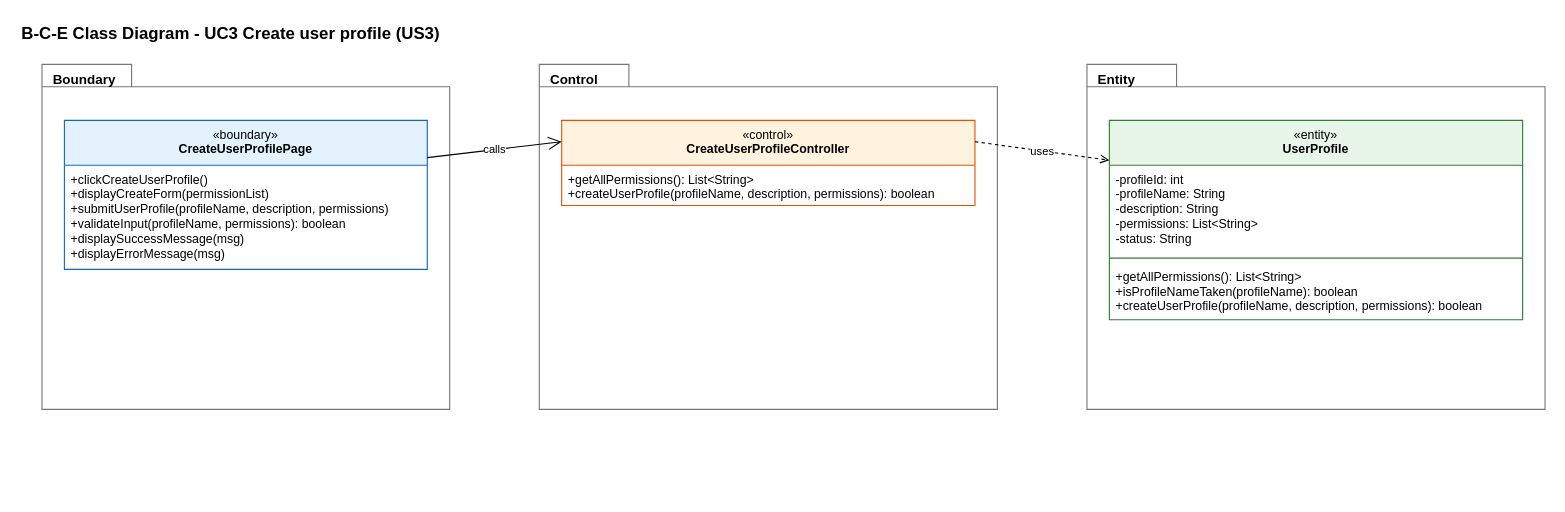
Earlier version of the draw.io diagram page "5 BCE Class Diagram" (6 of 7) of Sprint_1/US3 - Create user profile/US3 Create user profile.drawio (Hanzxc/CSIT314-ARCHSS). Source tidied: cells renumbered, new cells numbered last; positions are measured from the earlier drawing's top-left corner, leaving out a move shared by most shapes. Both pictures are drawn from the tidied source at 112%, with x=0, y=0 at pixel (19, 19).
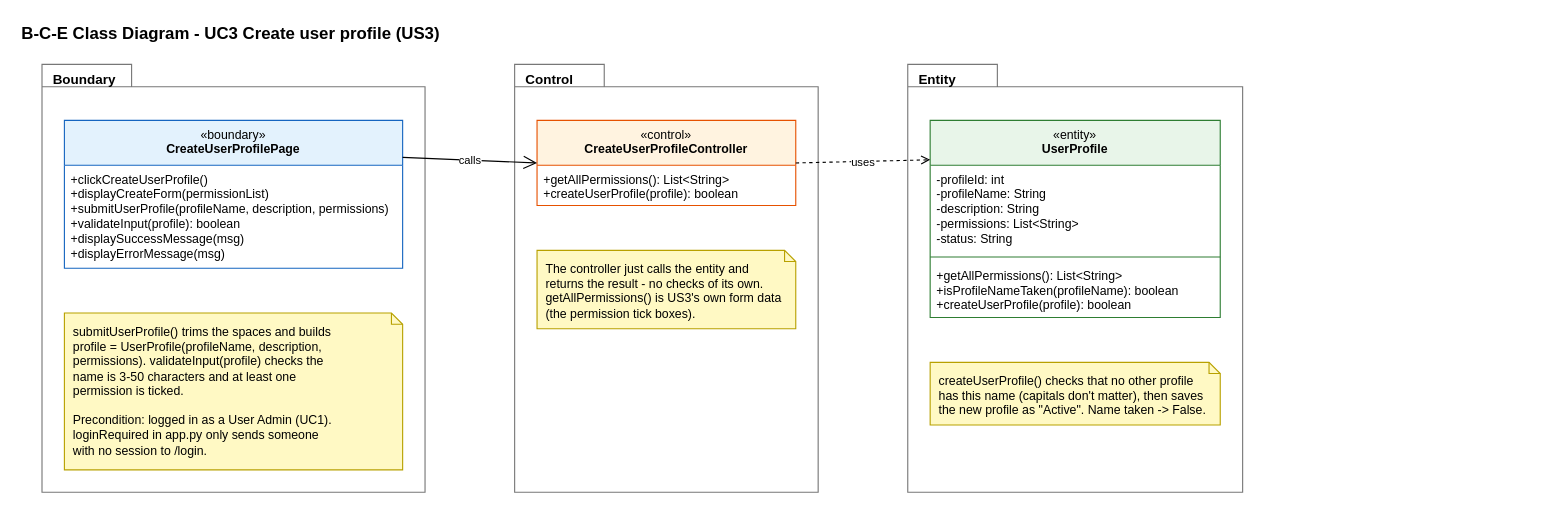
Above is the later version.

Change to the diagram source:
```diff
@@
 <mxGraphModel background="#FFFFFF">
   <root>
     <mxCell id="0" />
     <mxCell id="1" parent="0" />
     <mxCell id="2" value="&lt;b&gt;Boundary&lt;/b&gt;" style="shape=folder;tabWidth=80;tabHeight=20;tabPosition=left;html=1;verticalAlign=top;align=left;spacingLeft=8;spacingTop=0;fillColor=none;fontSize=12;strokeColor=#777777;fontColor=#000000;" parent="1" vertex="1">
-      <mxGeometry x="20" y="40" width="364" height="308" as="geometry" />
+      <mxGeometry x="20" y="40" width="342" height="382" as="geometry" />
     </mxCell>
     <mxCell id="3" value="&lt;b&gt;Control&lt;/b&gt;" style="shape=folder;tabWidth=80;tabHeight=20;tabPosition=left;html=1;verticalAlign=top;align=left;spacingLeft=8;spacingTop=0;fillColor=none;fontSize=12;strokeColor=#777777;fontColor=#000000;" parent="1" vertex="1">
-      <mxGeometry x="464" y="40" width="409" height="308" as="geometry" />
+      <mxGeometry x="442" y="40" width="271" height="382" as="geometry" />
     </mxCell>
     <mxCell id="4" value="&lt;b&gt;Entity&lt;/b&gt;" style="shape=folder;tabWidth=80;tabHeight=20;tabPosition=left;html=1;verticalAlign=top;align=left;spacingLeft=8;spacingTop=0;fillColor=none;fontSize=12;strokeColor=#777777;fontColor=#000000;" parent="1" vertex="1">
-      <mxGeometry x="953" y="40" width="409" height="308" as="geometry" />
+      <mxGeometry x="793" y="40" width="299" height="382" as="geometry" />
     </mxCell>
-    <mxCell id="5" value="&lt;b&gt;B-C-E Class Diagram - UC3 Create user profile (US3)&lt;/b&gt;" style="text;html=1;strokeColor=none;fillColor=none;align=left;verticalAlign=middle;whiteSpace=nowrap;fontSize=15;fontColor=#000000;" parent="1" vertex="1">
-      <mxGeometry width="439" height="24" as="geometry" />
-    </mxCell>
     <mxCell id="6" value="«boundary»&lt;br&gt;&lt;b&gt;CreateUserProfilePage&lt;/b&gt;" style="swimlane;fontStyle=0;align=center;verticalAlign=top;horizontal=1;startSize=40;html=1;whiteSpace=wrap;fontSize=11;fillColor=#E3F2FD;strokeColor=#1565C0;swimlaneFillColor=#FFFFFF;fontColor=#000000;" parent="1" vertex="1">
-      <mxGeometry x="40" y="90" width="324" height="133" as="geometry" />
+      <mxGeometry x="40" y="90" width="302" height="132" as="geometry" />
     </mxCell>
-    <mxCell id="7" value="+clickCreateUserProfile()&lt;br&gt;+displayCreateForm(permissionList)&lt;br&gt;+submitUserProfile(profileName, description, permissions)&lt;br&gt;+validateInput(profileName, permissions): boolean&lt;br&gt;+displaySuccessMessage(msg)&lt;br&gt;+displayErrorMessage(msg)" style="text;strokeColor=none;fillColor=none;align=left;verticalAlign=top;spacingLeft=4;spacingRight=4;overflow=hidden;whiteSpace=nowrap;html=1;fontSize=11;fontColor=#000000;" parent="6" vertex="1">
-      <mxGeometry y="40" width="324" height="93" as="geometry" />
-    </mxCell>
+    <mxCell id="16" value="+clickCreateUserProfile()&lt;br&gt;+displayCreateForm(permissionList)&lt;br&gt;+submitUserProfile(profileName, description, permissions)&lt;br&gt;+validateInput(profile): boolean&lt;br&gt;+displaySuccessMessage(msg)&lt;br&gt;+displayErrorMessage(msg)" style="text;strokeColor=none;fillColor=none;align=left;verticalAlign=top;spacingLeft=4;spacingRight=4;overflow=hidden;whiteSpace=nowrap;html=1;fontSize=11;fontColor=#000000;" parent="6" vertex="1">
+      <mxGeometry y="40" width="302" height="92" as="geometry" />
+    </mxCell>
     <mxCell id="8" value="«control»&lt;br&gt;&lt;b&gt;CreateUserProfileController&lt;/b&gt;" style="swimlane;fontStyle=0;align=center;verticalAlign=top;horizontal=1;startSize=40;html=1;whiteSpace=wrap;fontSize=11;fillColor=#FFF3E0;strokeColor=#E65100;swimlaneFillColor=#FFFFFF;fontColor=#000000;" parent="1" vertex="1">
-      <mxGeometry x="484" y="90" width="369" height="76" as="geometry" />
+      <mxGeometry x="462" y="90" width="231" height="76" as="geometry" />
     </mxCell>
-    <mxCell id="9" value="+getAllPermissions(): List&amp;lt;String&amp;gt;&lt;br&gt;+createUserProfile(profileName, description, permissions): boolean" style="text;strokeColor=none;fillColor=none;align=left;verticalAlign=top;spacingLeft=4;spacingRight=4;overflow=hidden;whiteSpace=nowrap;html=1;fontSize=11;fontColor=#000000;" parent="8" vertex="1">
-      <mxGeometry y="40" width="369" height="36" as="geometry" />
-    </mxCell>
+    <mxCell id="17" value="+getAllPermissions(): List&amp;lt;String&amp;gt;&lt;br&gt;+createUserProfile(profile): boolean" style="text;strokeColor=none;fillColor=none;align=left;verticalAlign=top;spacingLeft=4;spacingRight=4;overflow=hidden;whiteSpace=nowrap;html=1;fontSize=11;fontColor=#000000;" parent="8" vertex="1">
+      <mxGeometry y="40" width="231" height="36" as="geometry" />
+    </mxCell>
     <mxCell id="10" value="«entity»&lt;br&gt;&lt;b&gt;UserProfile&lt;/b&gt;" style="swimlane;fontStyle=0;align=center;verticalAlign=top;horizontal=1;startSize=40;html=1;whiteSpace=wrap;fontSize=11;fillColor=#E8F5E9;strokeColor=#2E7D32;swimlaneFillColor=#FFFFFF;fontColor=#000000;" parent="1" vertex="1">
-      <mxGeometry x="973" y="90" width="369" height="178" as="geometry" />
+      <mxGeometry x="813" y="90" width="259" height="176" as="geometry" />
     </mxCell>
     <mxCell id="11" value="-profileId: int&lt;br&gt;-profileName: String&lt;br&gt;-description: String&lt;br&gt;-permissions: List&amp;lt;String&amp;gt;&lt;br&gt;-status: String" style="text;strokeColor=none;fillColor=none;align=left;verticalAlign=top;spacingLeft=4;spacingRight=4;overflow=hidden;whiteSpace=nowrap;html=1;fontSize=11;fontColor=#000000;" parent="10" vertex="1">
-      <mxGeometry y="40" width="369" height="79" as="geometry" />
+      <mxGeometry y="40" width="259" height="78" as="geometry" />
     </mxCell>
-    <mxCell id="12" style="line;strokeWidth=1;fillColor=none;align=left;verticalAlign=middle;spacingTop=-1;spacingLeft=3;spacingRight=3;labelPosition=right;strokeColor=#2E7D32;fontColor=#000000;" parent="10" vertex="1">
-      <mxGeometry y="119" width="369" height="8" as="geometry" />
-    </mxCell>
-    <mxCell id="13" value="+getAllPermissions(): List&amp;lt;String&amp;gt;&lt;br&gt;+isProfileNameTaken(profileName): boolean&lt;br&gt;+createUserProfile(profileName, description, permissions): boolean" style="text;strokeColor=none;fillColor=none;align=left;verticalAlign=top;spacingLeft=4;spacingRight=4;overflow=hidden;whiteSpace=nowrap;html=1;fontSize=11;fontColor=#000000;" parent="10" vertex="1">
-      <mxGeometry y="127" width="369" height="51" as="geometry" />
-    </mxCell>
+    <mxCell id="18" style="line;strokeWidth=1;fillColor=none;align=left;verticalAlign=middle;spacingTop=-1;spacingLeft=3;spacingRight=3;labelPosition=right;strokeColor=#2E7D32;fontColor=#000000;" parent="10" vertex="1">
+      <mxGeometry y="118" width="259" height="8" as="geometry" />
+    </mxCell>
+    <mxCell id="19" value="+getAllPermissions(): List&amp;lt;String&amp;gt;&lt;br&gt;+isProfileNameTaken(profileName): boolean&lt;br&gt;+createUserProfile(profile): boolean" style="text;strokeColor=none;fillColor=none;align=left;verticalAlign=top;spacingLeft=4;spacingRight=4;overflow=hidden;whiteSpace=nowrap;html=1;fontSize=11;fontColor=#000000;" parent="10" vertex="1">
+      <mxGeometry y="126" width="259" height="50" as="geometry" />
+    </mxCell>
+    <mxCell id="20" value="submitUserProfile() trims the spaces and builds&lt;br&gt;profile = UserProfile(profileName, description,&lt;br&gt;permissions). validateInput(profile) checks the&lt;br&gt;name is 3-50 characters and at least one&lt;br&gt;permission is ticked.&lt;br&gt;&lt;br&gt;Precondition: logged in as a User Admin (UC1).&lt;br&gt;loginRequired in app.py only sends someone&lt;br&gt;with no session to /login." style="shape=note;whiteSpace=wrap;html=1;size=10;fillColor=#FFF9C4;strokeColor=#B8A100;align=left;verticalAlign=top;spacingLeft=6;spacingRight=4;spacingTop=4;fontSize=11;fontColor=#000000;" parent="1" vertex="1">
+      <mxGeometry x="40" y="262" width="302" height="140" as="geometry" />
+    </mxCell>
+    <mxCell id="21" value="The controller just calls the entity and&lt;br&gt;returns the result - no checks of its own.&lt;br&gt;getAllPermissions() is US3&amp;#x27;s own form data&lt;br&gt;(the permission tick boxes)." style="shape=note;whiteSpace=wrap;html=1;size=10;fillColor=#FFF9C4;strokeColor=#B8A100;align=left;verticalAlign=top;spacingLeft=6;spacingRight=4;spacingTop=4;fontSize=11;fontColor=#000000;" parent="1" vertex="1">
+      <mxGeometry x="462" y="206" width="231" height="70" as="geometry" />
+    </mxCell>
+    <mxCell id="22" value="createUserProfile() checks that no other profile&lt;br&gt;has this name (capitals don&amp;#x27;t matter), then saves&lt;br&gt;the new profile as &amp;quot;Active&amp;quot;. Name taken -&amp;gt; False." style="shape=note;whiteSpace=wrap;html=1;size=10;fillColor=#FFF9C4;strokeColor=#B8A100;align=left;verticalAlign=top;spacingLeft=6;spacingRight=4;spacingTop=4;fontSize=11;fontColor=#000000;" parent="1" vertex="1">
+      <mxGeometry x="813" y="306" width="259" height="56" as="geometry" />
+    </mxCell>
-    <mxCell id="14" value="calls" style="endArrow=open;endFill=0;endSize=10;html=1;rounded=0;fontSize=10;fontColor=#000000;strokeColor=#000000;labelBackgroundColor=#FFFFFF;exitX=1;exitY=0.25;exitDx=0;exitDy=0;entryX=0;entryY=0.25;entryDx=0;entryDy=0;" parent="1" edge="1" source="6" target="8">
+    <mxCell id="14" value="calls" style="endArrow=open;endFill=0;endSize=10;html=1;rounded=0;fontSize=10;fontColor=#000000;strokeColor=#000000;labelBackgroundColor=#FFFFFF;exitX=1;exitY=0.25;exitDx=0;exitDy=0;entryX=0;entryY=0.5;entryDx=0;entryDy=0;" parent="1" edge="1" source="6" target="8">
       <mxGeometry relative="1" as="geometry" />
     </mxCell>
-    <mxCell id="15" value="uses" style="endArrow=open;endFill=0;dashed=1;html=1;rounded=0;fontSize=10;fontColor=#000000;strokeColor=#000000;labelBackgroundColor=#FFFFFF;exitX=1;exitY=0.25;exitDx=0;exitDy=0;entryX=0;entryY=0.2;entryDx=0;entryDy=0;" parent="1" edge="1" source="8" target="10">
+    <mxCell id="15" value="uses" style="endArrow=open;endFill=0;dashed=1;html=1;rounded=0;fontSize=10;fontColor=#000000;strokeColor=#000000;labelBackgroundColor=#FFFFFF;exitX=1;exitY=0.5;exitDx=0;exitDy=0;entryX=0;entryY=0.2;entryDx=0;entryDy=0;" parent="1" edge="1" source="8" target="10">
       <mxGeometry relative="1" as="geometry" />
     </mxCell>
+    <mxCell id="5" value="&lt;b&gt;B-C-E Class Diagram - UC3 Create user profile (US3)&lt;/b&gt;" style="text;html=1;strokeColor=none;fillColor=none;align=left;verticalAlign=middle;whiteSpace=nowrap;fontSize=15;fontColor=#000000;" parent="1" vertex="1">
+      <mxGeometry width="380" height="24" as="geometry" />
+    </mxCell>
   </root>
 </mxGraphModel>
```
